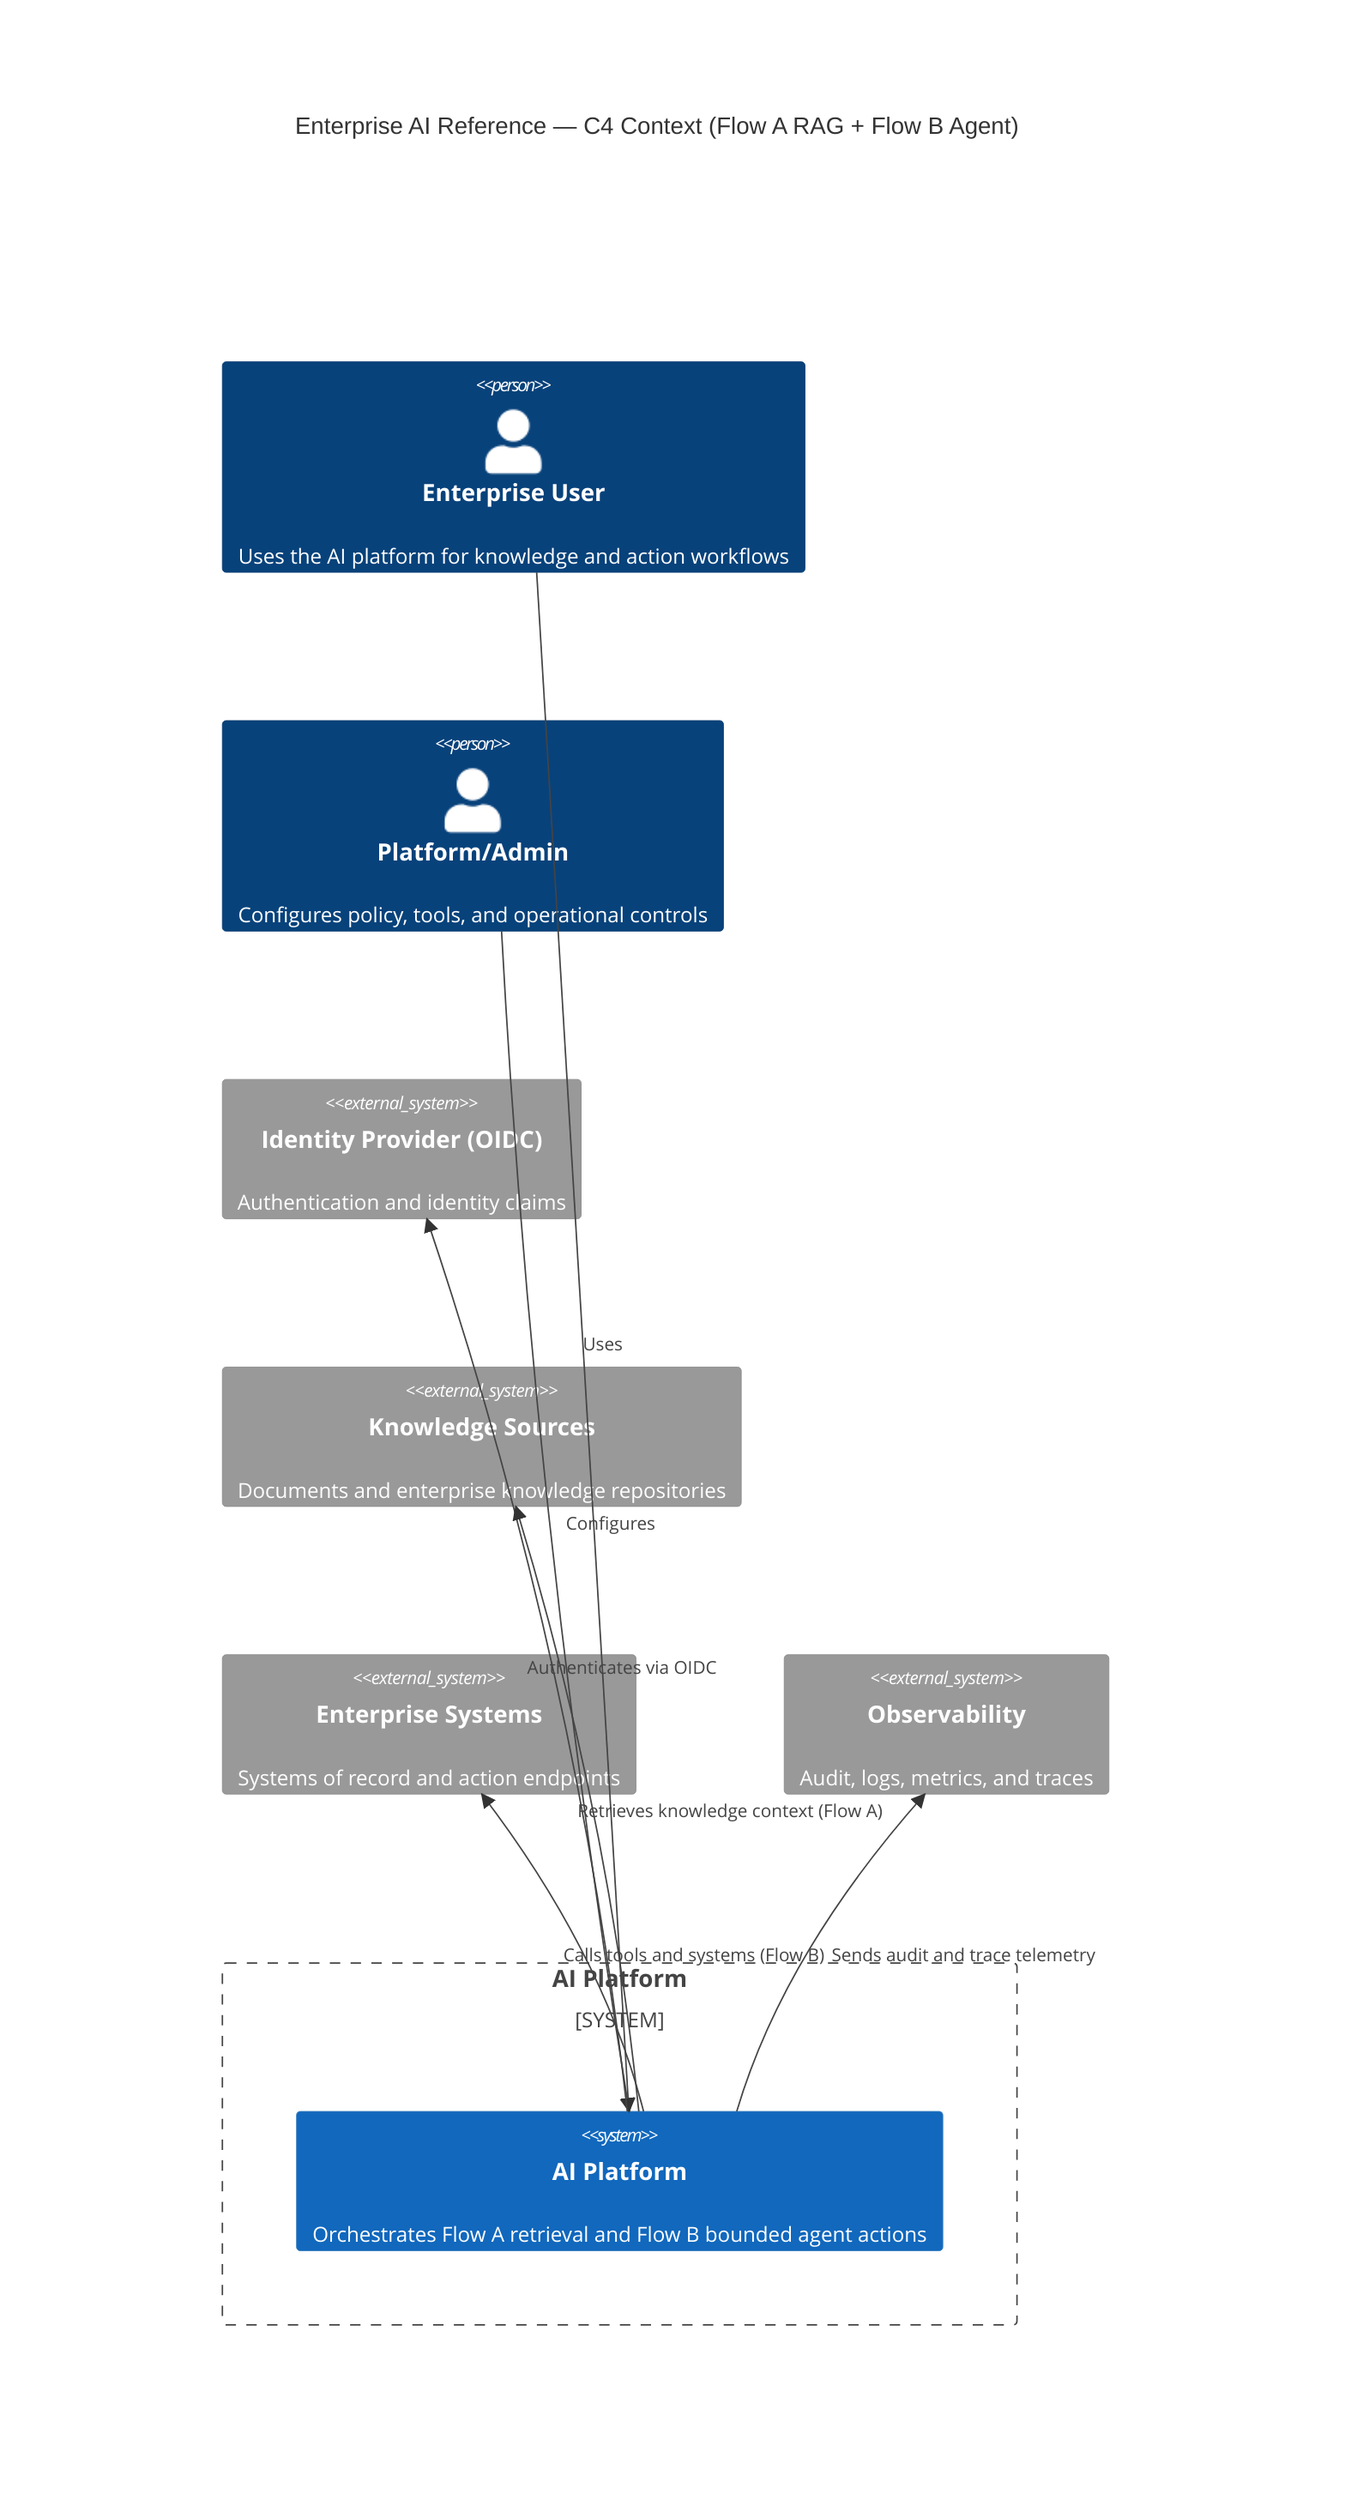
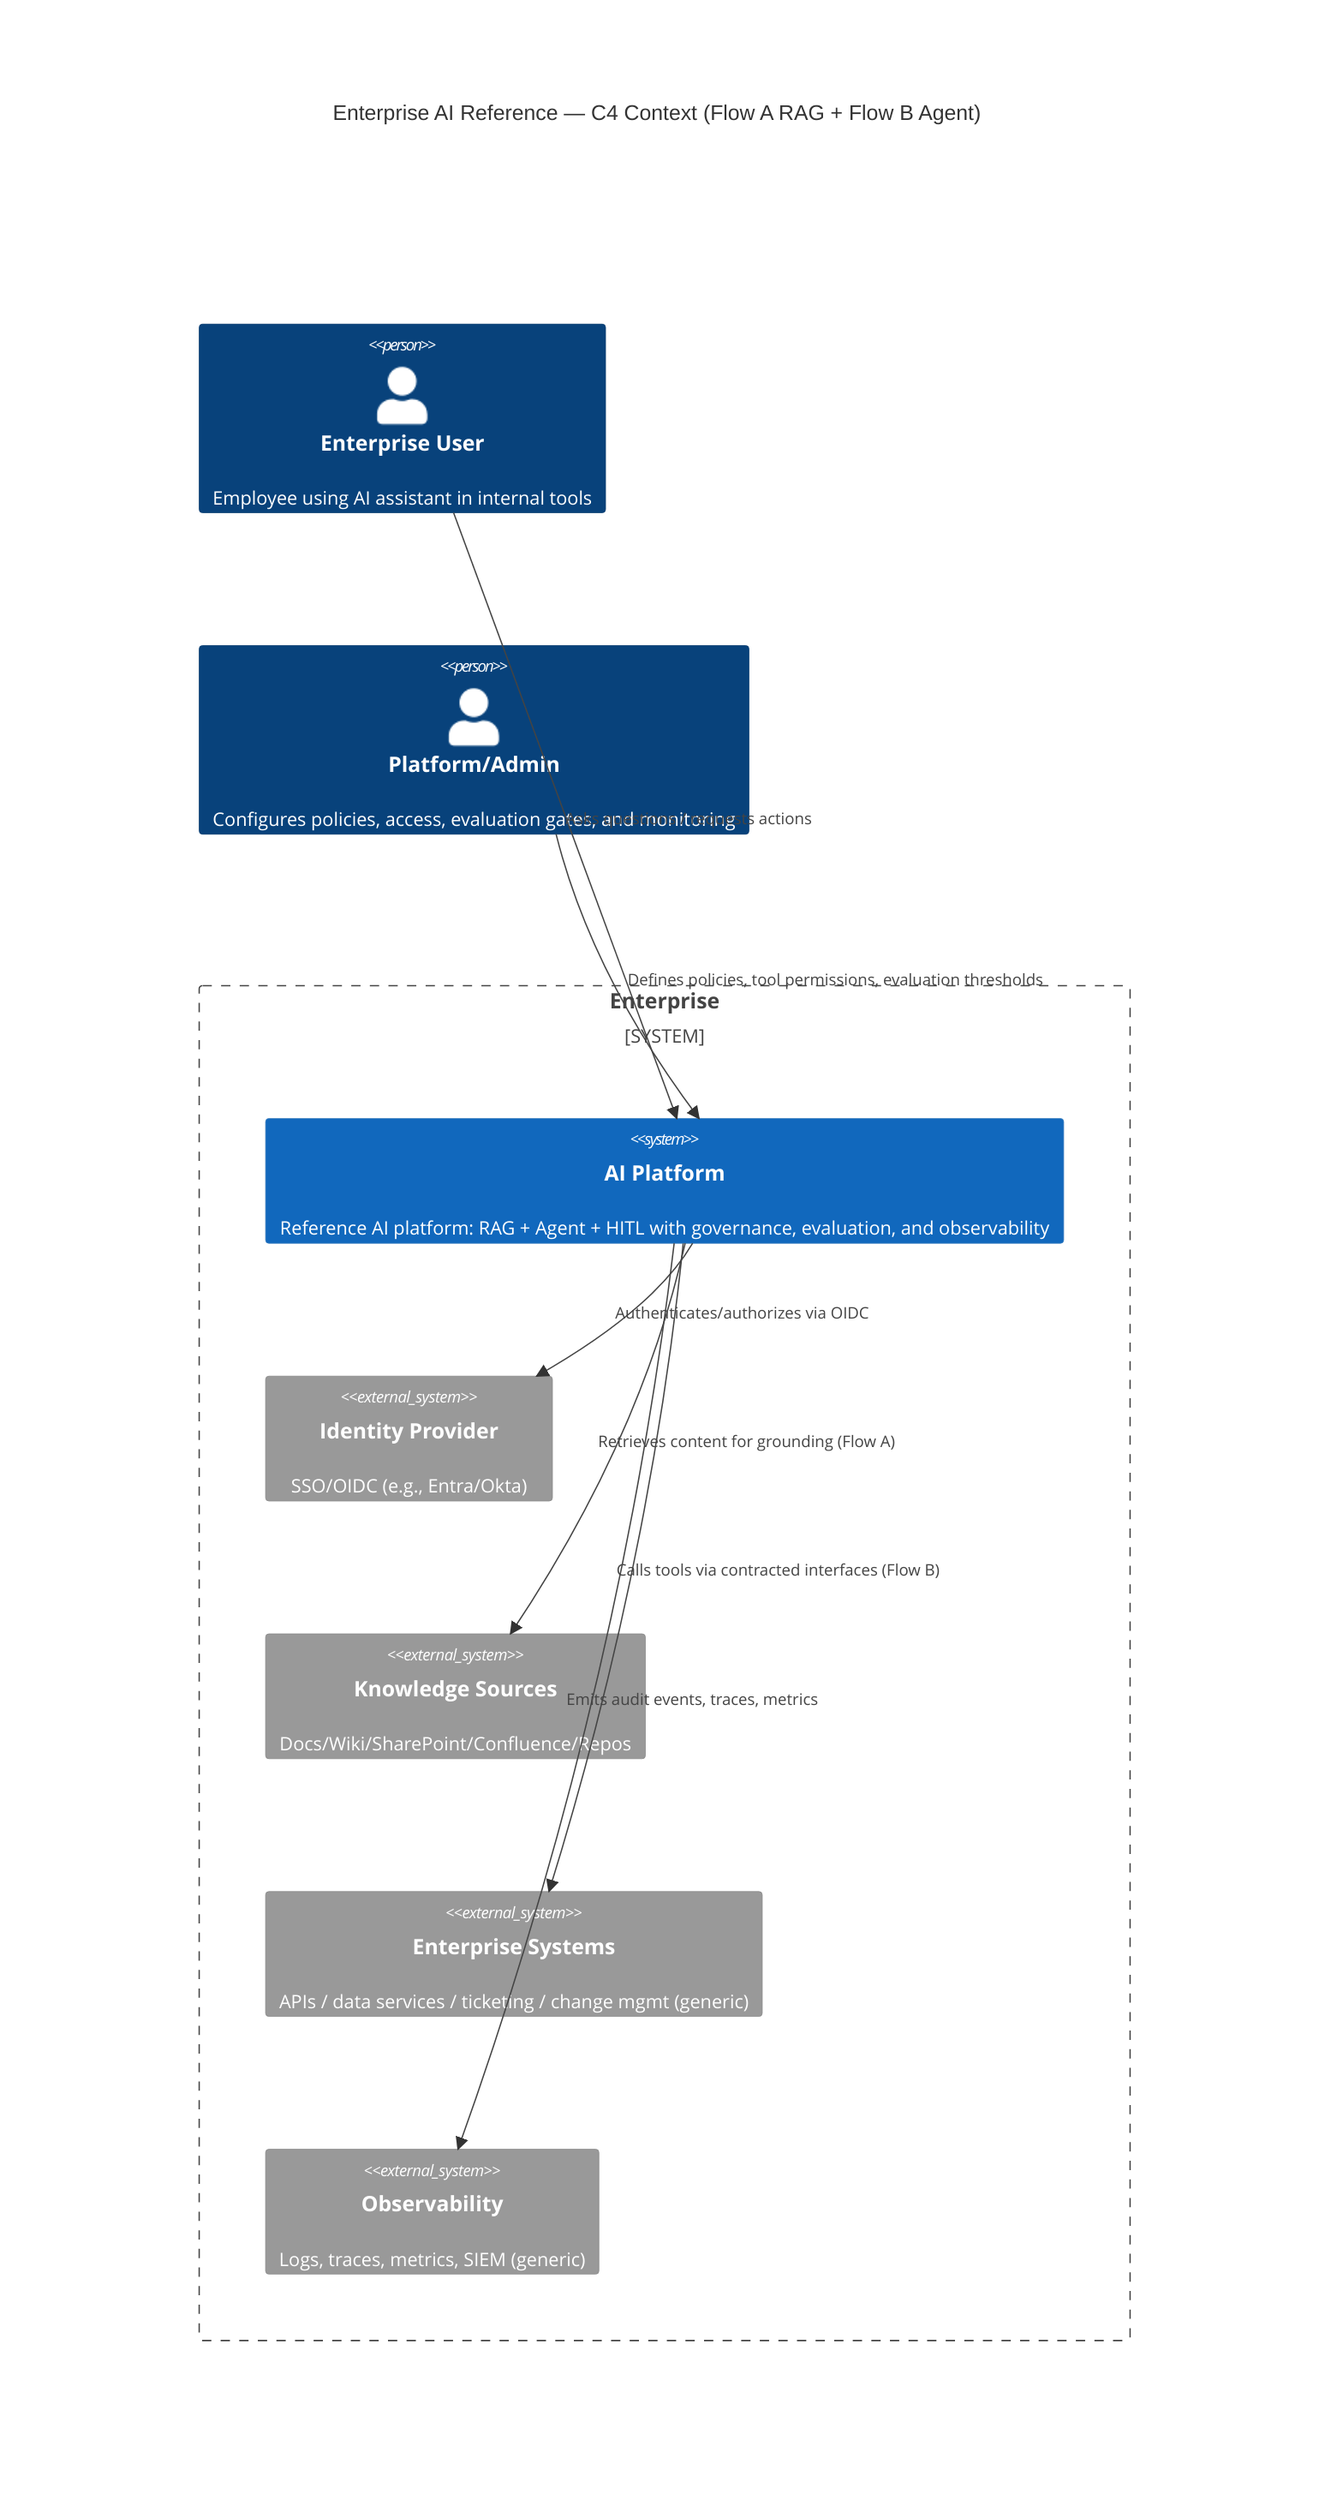
C4Context
- 
title Enterprise AI Reference — C4 Context (Flow A RAG + Flow B Agent)

- Person(enterprise_user, "Enterprise User", "Uses the AI platform for knowledge and action workflows")
- Person(platform_admin, "Platform/Admin", "Configures policy, tools, and operational controls")
+ Person(user, "Enterprise User", "Employee using AI assistant in internal tools")
+ Person(admin, "Platform/Admin", "Configures policies, access, evaluation gates, and monitoring")

- System_Boundary(ai_platform_boundary, "AI Platform") {
-   System(ai_platform, "AI Platform", "Orchestrates Flow A retrieval and Flow B bounded agent actions")
+ System_Boundary(ent, "Enterprise") {
+   System(ai, "AI Platform", "Reference AI platform: RAG + Agent + HITL with governance, evaluation, and observability")
+   System_Ext(idp, "Identity Provider", "SSO/OIDC (e.g., Entra/Okta)")
+   System_Ext(kb, "Knowledge Sources", "Docs/Wiki/SharePoint/Confluence/Repos")
+   System_Ext(systems, "Enterprise Systems", "APIs / data services / ticketing / change mgmt (generic)")
+   System_Ext(obs, "Observability", "Logs, traces, metrics, SIEM (generic)")
}

- System_Ext(identity_provider, "Identity Provider (OIDC)", "Authentication and identity claims")
- System_Ext(knowledge_sources, "Knowledge Sources", "Documents and enterprise knowledge repositories")
- System_Ext(enterprise_systems, "Enterprise Systems", "Systems of record and action endpoints")
- System_Ext(observability, "Observability", "Audit, logs, metrics, and traces")
+ Rel(user, ai, "Asks questions / requests actions")
+ Rel(admin, ai, "Defines policies, tool permissions, evaluation thresholds")
+ Rel(ai, idp, "Authenticates/authorizes via OIDC")
+ Rel(ai, kb, "Retrieves content for grounding (Flow A)")
+ Rel(ai, systems, "Calls tools via contracted interfaces (Flow B)")
+ Rel(ai, obs, "Emits audit events, traces, metrics")

- Rel(enterprise_user, ai_platform, "Uses")
- Rel(platform_admin, ai_platform, "Configures")
- Rel(ai_platform, identity_provider, "Authenticates via OIDC")
- Rel(ai_platform, knowledge_sources, "Retrieves knowledge context (Flow A)")
- Rel(ai_platform, enterprise_systems, "Calls tools and systems (Flow B)")
- Rel(ai_platform, observability, "Sends audit and trace telemetry")
+ UpdateLayoutConfig($c4ShapeInRow="3", $c4BoundaryInRow="1")
